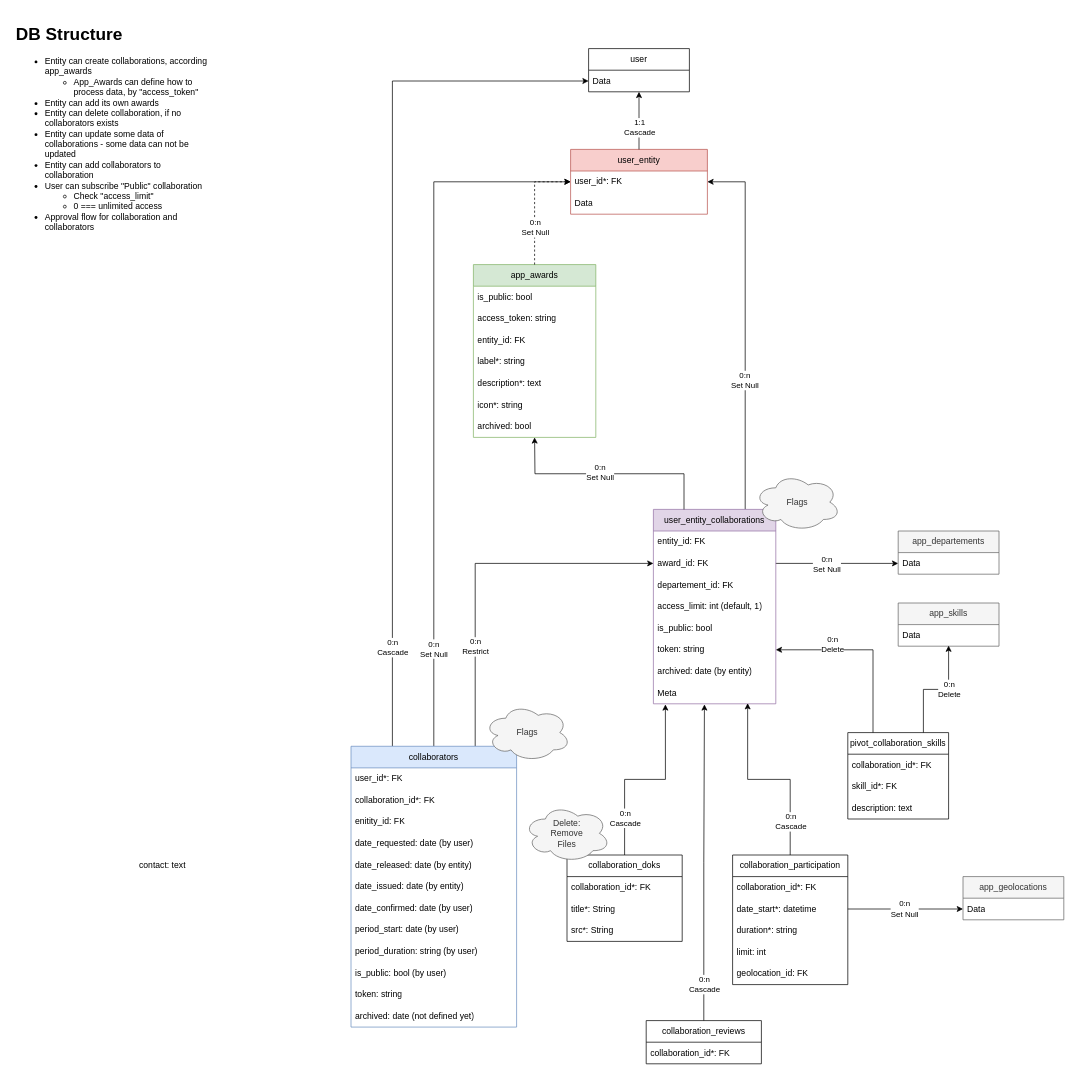
The draw.io diagram page "DB Schema" (2 of 4) of docs/Features/04 - Collaborations.drawio in CarlsonBuma/laravel-quasar-template, before the edit. Source tidied: cells renumbered, new cells numbered last; positions are measured from the earlier drawing's top-left corner, leaving out a move shared by most shapes. Both pictures are drawn from the tidied source at 72%, with x=0, y=0 at pixel (12, 19).
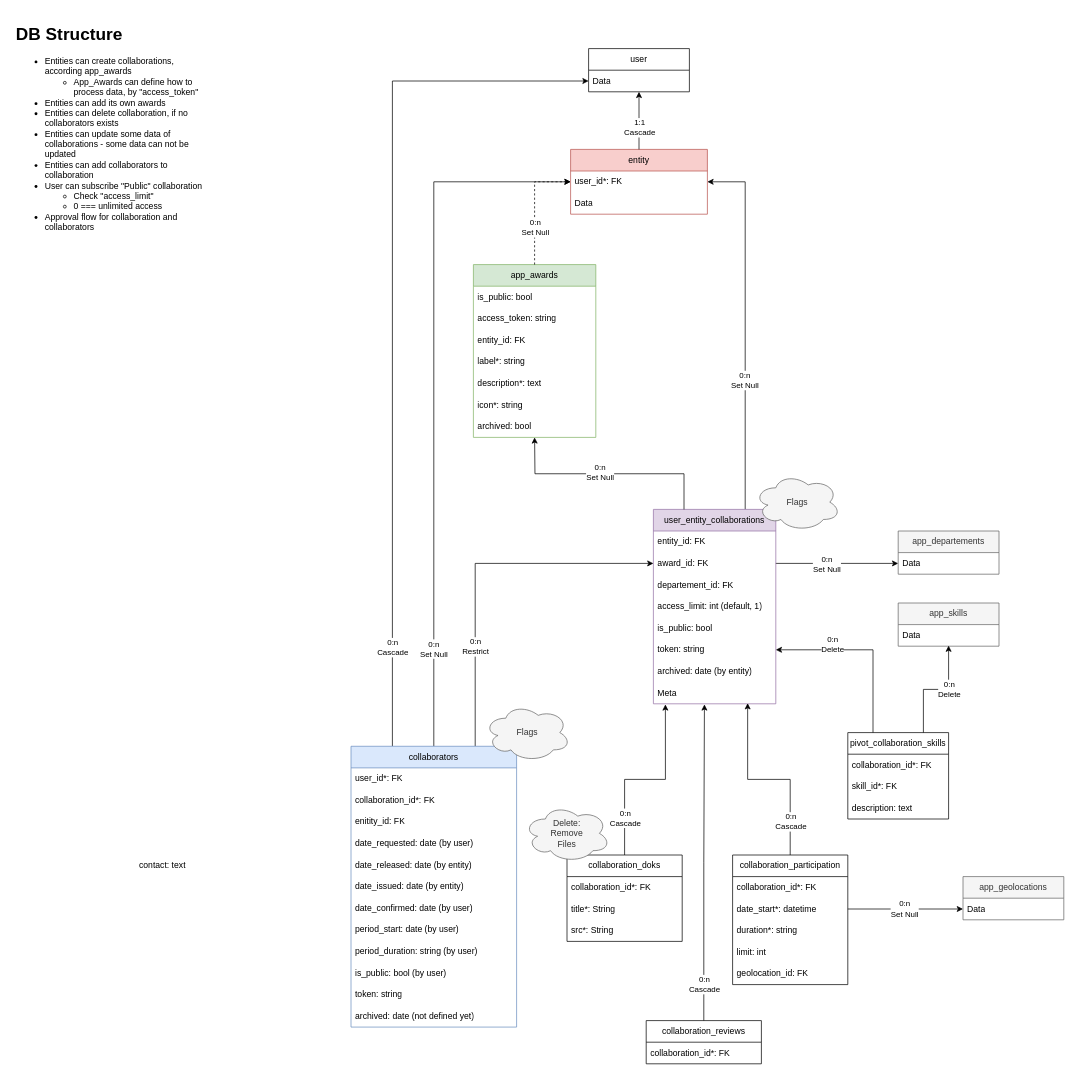
The same diagram, later.

Diff of the diagram source:
```diff
@@
-    <mxCell id="2" value="&lt;h1&gt;DB Structure&lt;/h1&gt;&lt;p&gt;&lt;/p&gt;&lt;ul&gt;&lt;li&gt;&lt;span style=&quot;background-color: initial;&quot;&gt;Entity can create collaborations, according app_awards&lt;/span&gt;&lt;/li&gt;&lt;ul&gt;&lt;li&gt;&lt;span style=&quot;background-color: initial;&quot;&gt;App_Awards can define how to process data, by &quot;access_token&quot;&lt;/span&gt;&lt;/li&gt;&lt;/ul&gt;&lt;li&gt;&lt;span style=&quot;background-color: initial;&quot;&gt;Entity can add its own awards&lt;/span&gt;&lt;/li&gt;&lt;li&gt;&lt;span style=&quot;background-color: initial;&quot;&gt;Entity can delete collaboration, if no collaborators exists&lt;/span&gt;&lt;/li&gt;&lt;li&gt;&lt;span style=&quot;background-color: initial;&quot;&gt;Entity can update some data of collaborations - some data can not be updated&lt;/span&gt;&lt;/li&gt;&lt;li&gt;&lt;span style=&quot;background-color: initial;&quot;&gt;Entity can add collaborators to collaboration&lt;/span&gt;&lt;/li&gt;&lt;li&gt;&lt;span style=&quot;background-color: initial;&quot;&gt;User can subscribe &quot;Public&quot; collaboration&lt;/span&gt;&lt;/li&gt;&lt;ul&gt;&lt;li&gt;&lt;span style=&quot;background-color: initial;&quot;&gt;Check &quot;access_limit&quot;&lt;/span&gt;&lt;/li&gt;&lt;li&gt;&lt;span style=&quot;background-color: initial;&quot;&gt;0 === unlimited access&lt;/span&gt;&lt;/li&gt;&lt;/ul&gt;&lt;li&gt;Approval flow for collaboration and collaborators&lt;/li&gt;&lt;/ul&gt;&lt;p&gt;&lt;/p&gt;" style="text;html=1;strokeColor=none;fillColor=none;spacing=5;spacingTop=-20;whiteSpace=wrap;overflow=hidden;rounded=0;" parent="1" vertex="1">
+    <mxCell id="2" value="&lt;h1&gt;DB Structure&lt;/h1&gt;&lt;p&gt;&lt;/p&gt;&lt;ul&gt;&lt;li&gt;&lt;span style=&quot;background-color: initial;&quot;&gt;Entities can create collaborations, according app_awards&lt;/span&gt;&lt;/li&gt;&lt;ul&gt;&lt;li&gt;&lt;span style=&quot;background-color: initial;&quot;&gt;App_Awards can define how to process data, by &quot;access_token&quot;&lt;/span&gt;&lt;/li&gt;&lt;/ul&gt;&lt;li&gt;&lt;span style=&quot;background-color: initial;&quot;&gt;Entities can add its own awards&lt;/span&gt;&lt;/li&gt;&lt;li&gt;&lt;span style=&quot;background-color: initial;&quot;&gt;Entities can delete collaboration, if no collaborators exists&lt;/span&gt;&lt;/li&gt;&lt;li&gt;&lt;span style=&quot;background-color: initial;&quot;&gt;Entities can update some data of collaborations - some data can not be updated&lt;/span&gt;&lt;/li&gt;&lt;li&gt;&lt;span style=&quot;background-color: initial;&quot;&gt;Entities can add collaborators to collaboration&lt;/span&gt;&lt;/li&gt;&lt;li&gt;&lt;span style=&quot;background-color: initial;&quot;&gt;User can subscribe &quot;Public&quot; collaboration&lt;/span&gt;&lt;/li&gt;&lt;ul&gt;&lt;li&gt;&lt;span style=&quot;background-color: initial;&quot;&gt;Check &quot;access_limit&quot;&lt;/span&gt;&lt;/li&gt;&lt;li&gt;&lt;span style=&quot;background-color: initial;&quot;&gt;0 === unlimited access&lt;/span&gt;&lt;/li&gt;&lt;/ul&gt;&lt;li&gt;Approval flow for collaboration and collaborators&lt;/li&gt;&lt;/ul&gt;&lt;p&gt;&lt;/p&gt;" style="text;html=1;strokeColor=none;fillColor=none;spacing=5;spacingTop=-20;whiteSpace=wrap;overflow=hidden;rounded=0;" parent="1" vertex="1">
       <mxGeometry width="280" height="310" as="geometry" />
     </mxCell>
-    <mxCell id="3" value="user_entity" style="swimlane;fontStyle=0;horizontal=1;startSize=30;whiteSpace=wrap;html=1;fillColor=#f8cecc;strokeColor=#b85450;" parent="1" vertex="1">
+    <mxCell id="3" value="entity" style="swimlane;fontStyle=0;horizontal=1;startSize=30;whiteSpace=wrap;html=1;fillColor=#f8cecc;strokeColor=#b85450;" parent="1" vertex="1">
       <mxGeometry x="775" y="180" width="190" height="90" as="geometry" />
     </mxCell>
```
